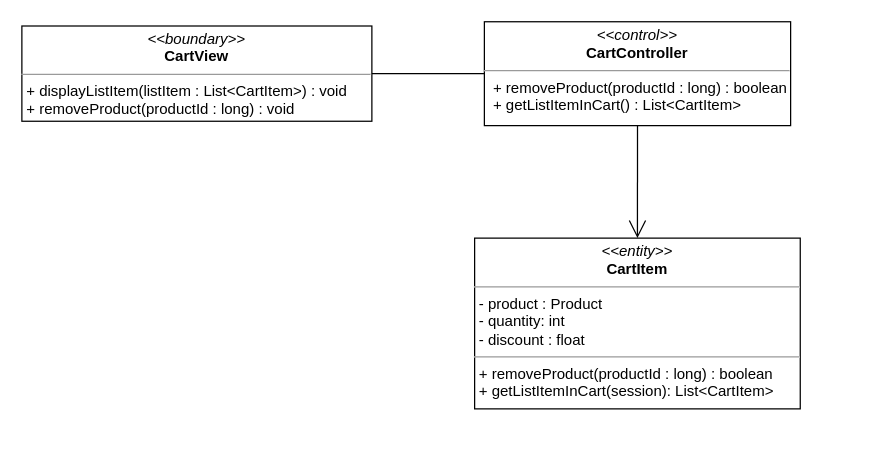
Above: class diagram/remove-product-from-cart-class-diagram.drawio in nguyenphamvan/datn_20202 (draw.io), before the change. Source tidied: cells renumbered, new cells numbered last; positions are measured from the earlier drawing's top-left corner, leaving out a move shared by most shapes. Both pictures are drawn from the tidied source at 125%, with x=0, y=0 at pixel (21, 21).
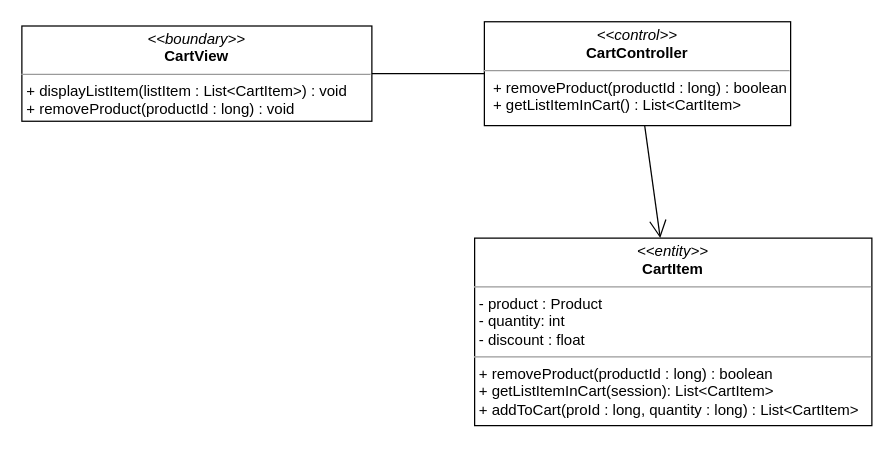
The same page after the edit.

What changed in the source:
```diff
@@
 <mxGraphModel>
   <root>
     <mxCell id="0" />
     <mxCell id="1" parent="0" />
     <mxCell id="2" value="&lt;p style=&quot;margin: 0px ; margin-top: 4px ; text-align: center&quot;&gt;&lt;i&gt;&amp;lt;&amp;lt;boundary&amp;gt;&amp;gt;&lt;/i&gt;&lt;br&gt;&lt;b&gt;CartView&lt;/b&gt;&lt;/p&gt;&lt;hr size=&quot;1&quot;&gt;&lt;p style=&quot;margin: 0px ; margin-left: 4px&quot;&gt;&lt;span&gt;+ displayListItem(listItem : List&amp;lt;CartItem&amp;gt;) : void&amp;nbsp;&lt;/span&gt;&lt;/p&gt;&lt;p style=&quot;margin: 0px ; margin-left: 4px&quot;&gt;&lt;span&gt;+ removeProduct(productId : long) : void&lt;br&gt;&lt;/span&gt;&lt;/p&gt;" style="verticalAlign=top;align=left;overflow=fill;fontSize=12;fontFamily=Helvetica;html=1;" parent="1" vertex="1">
       <mxGeometry y="3.3" width="280" height="76.2" as="geometry" />
     </mxCell>
     <mxCell id="3" style="endArrow=none;html=1;edgeStyle=orthogonalEdgeStyle;exitX=1;exitY=0.5;exitDx=0;exitDy=0;" parent="1" edge="1" source="2" target="4">
       <mxGeometry relative="1" as="geometry" />
     </mxCell>
     <mxCell id="4" value="&lt;p style=&quot;margin: 0px ; margin-top: 4px ; text-align: center&quot;&gt;&lt;i&gt;&amp;lt;&amp;lt;control&amp;gt;&amp;gt;&lt;/i&gt;&lt;br&gt;&lt;b&gt;CartController&lt;/b&gt;&lt;/p&gt;&lt;hr size=&quot;1&quot;&gt;&lt;p style=&quot;margin: 0px ; margin-left: 4px&quot;&gt;&lt;span&gt;&amp;nbsp;+ removeProduct(productId : long) : boolean&lt;/span&gt;&lt;/p&gt;&lt;p style=&quot;margin: 0px ; margin-left: 4px&quot;&gt;&amp;nbsp;+ getListItemInCart() : List&amp;lt;CartItem&amp;gt;&lt;/p&gt;" style="verticalAlign=top;align=left;overflow=fill;fontSize=12;fontFamily=Helvetica;html=1;" parent="1" vertex="1">
       <mxGeometry x="370" y="-0.1" width="245" height="83.1" as="geometry" />
     </mxCell>
-    <mxCell id="5" value="&lt;p style=&quot;margin: 0px ; margin-top: 4px ; text-align: center&quot;&gt;&lt;i&gt;&amp;lt;&amp;lt;entity&amp;gt;&amp;gt;&lt;/i&gt;&lt;br&gt;&lt;b&gt;CartItem&lt;/b&gt;&lt;/p&gt;&lt;hr size=&quot;1&quot;&gt;&lt;p style=&quot;margin: 0px ; margin-left: 4px&quot;&gt;- product : Product&lt;/p&gt;&lt;p style=&quot;margin: 0px ; margin-left: 4px&quot;&gt;- quantity: int&lt;br&gt;- discount : float&lt;/p&gt;&lt;hr size=&quot;1&quot;&gt;&lt;p style=&quot;margin: 0px ; margin-left: 4px&quot;&gt;+ removeProduct(productId : long) : boolean&lt;/p&gt;&lt;p style=&quot;margin: 0px ; margin-left: 4px&quot;&gt;+ getListItemInCart(session): List&amp;lt;CartItem&amp;gt;&lt;br&gt;&lt;/p&gt;" style="verticalAlign=top;align=left;overflow=fill;fontSize=12;fontFamily=Helvetica;html=1;" parent="1" vertex="1">
-      <mxGeometry x="362.2" y="173" width="260.5" height="136.6" as="geometry" />
+    <mxCell id="5" value="&lt;p style=&quot;margin: 0px ; margin-top: 4px ; text-align: center&quot;&gt;&lt;i&gt;&amp;lt;&amp;lt;entity&amp;gt;&amp;gt;&lt;/i&gt;&lt;br&gt;&lt;b&gt;CartItem&lt;/b&gt;&lt;/p&gt;&lt;hr size=&quot;1&quot;&gt;&lt;p style=&quot;margin: 0px ; margin-left: 4px&quot;&gt;- product : Product&lt;/p&gt;&lt;p style=&quot;margin: 0px ; margin-left: 4px&quot;&gt;- quantity: int&lt;br&gt;- discount : float&lt;/p&gt;&lt;hr size=&quot;1&quot;&gt;&lt;p style=&quot;margin: 0px 0px 0px 4px&quot;&gt;+ removeProduct(productId : long) : boolean&lt;/p&gt;&lt;p style=&quot;margin: 0px 0px 0px 4px&quot;&gt;+ getListItemInCart(session): List&amp;lt;CartItem&amp;gt;&lt;/p&gt;&lt;p style=&quot;margin: 0px 0px 0px 4px&quot;&gt;+ addToCart(proId : long, quantity : long) : List&amp;lt;CartItem&amp;gt;&lt;/p&gt;" style="verticalAlign=top;align=left;overflow=fill;fontSize=12;fontFamily=Helvetica;html=1;" parent="1" vertex="1">
+      <mxGeometry x="362.2" y="173" width="317.8" height="150" as="geometry" />
     </mxCell>
     <mxCell id="6" style="endArrow=open;endFill=1;endSize=12;html=1;" parent="1" edge="1" source="4" target="5">
       <mxGeometry relative="1" as="geometry" />
     </mxCell>
   </root>
 </mxGraphModel>
```
